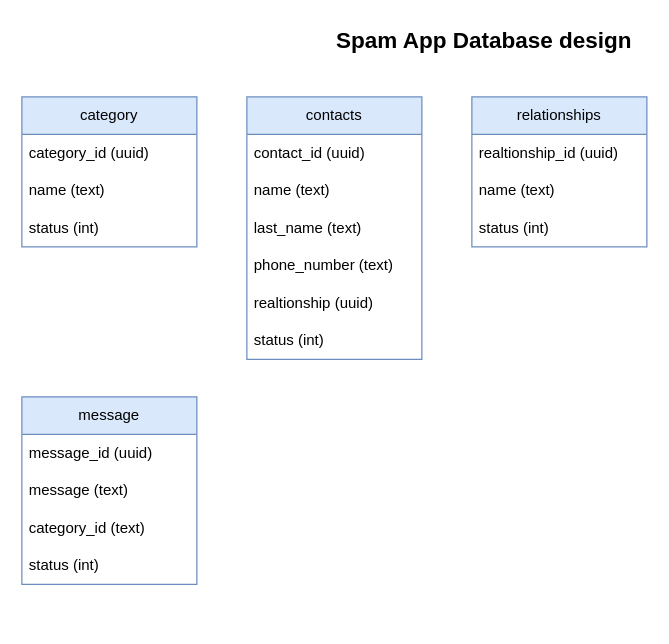
Before: spam-app.drawio in CarlosMayo1/spam-app, a draw.io diagram. Source tidied: cells renumbered, new cells numbered last; positions are measured from the earlier drawing's top-left corner, leaving out a move shared by most shapes. Both pictures are drawn from the tidied source at 125%, with x=0, y=0 at pixel (21, 21).
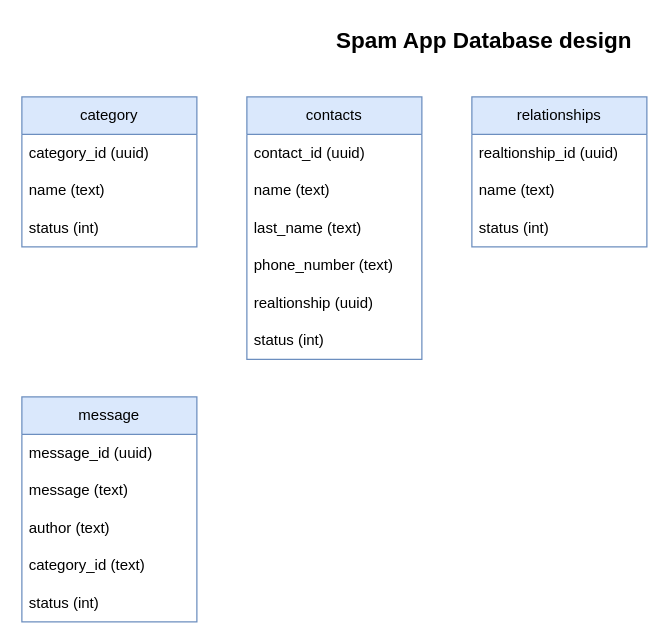
The same diagram, later.

What changed in the source:
```diff
@@
     <mxCell id="18" value="message" style="swimlane;fontStyle=0;horizontal=1;startSize=30;whiteSpace=wrap;html=1;fillColor=#dae8fc;strokeColor=#6c8ebf;" parent="1" vertex="1">
-      <mxGeometry y="300" width="140" height="150" as="geometry" />
+      <mxGeometry y="300" width="140" height="180" as="geometry" />
     </mxCell>
@@
-    <mxCell id="21" value="category_id (text)" style="text;strokeColor=none;fillColor=none;align=left;verticalAlign=middle;spacingLeft=4;spacingRight=4;overflow=hidden;whiteSpace=wrap;html=1;" parent="18" vertex="1">
+    <mxCell id="21" value="author (text)" style="text;strokeColor=none;fillColor=none;align=left;verticalAlign=middle;spacingLeft=4;spacingRight=4;overflow=hidden;whiteSpace=wrap;html=1;" parent="18" vertex="1">
       <mxGeometry y="90" width="140" height="30" as="geometry" />
     </mxCell>
+    <mxCell id="23" value="category_id (text)" style="text;strokeColor=none;fillColor=none;align=left;verticalAlign=middle;spacingLeft=4;spacingRight=4;overflow=hidden;whiteSpace=wrap;html=1;" parent="18" vertex="1">
+      <mxGeometry y="120" width="140" height="30" as="geometry" />
+    </mxCell>
     <mxCell id="22" value="status (int)" style="text;strokeColor=none;fillColor=none;align=left;verticalAlign=middle;spacingLeft=4;spacingRight=4;overflow=hidden;whiteSpace=wrap;html=1;" parent="18" vertex="1">
-      <mxGeometry y="120" width="140" height="30" as="geometry" />
+      <mxGeometry y="150" width="140" height="30" as="geometry" />
     </mxCell>
```
